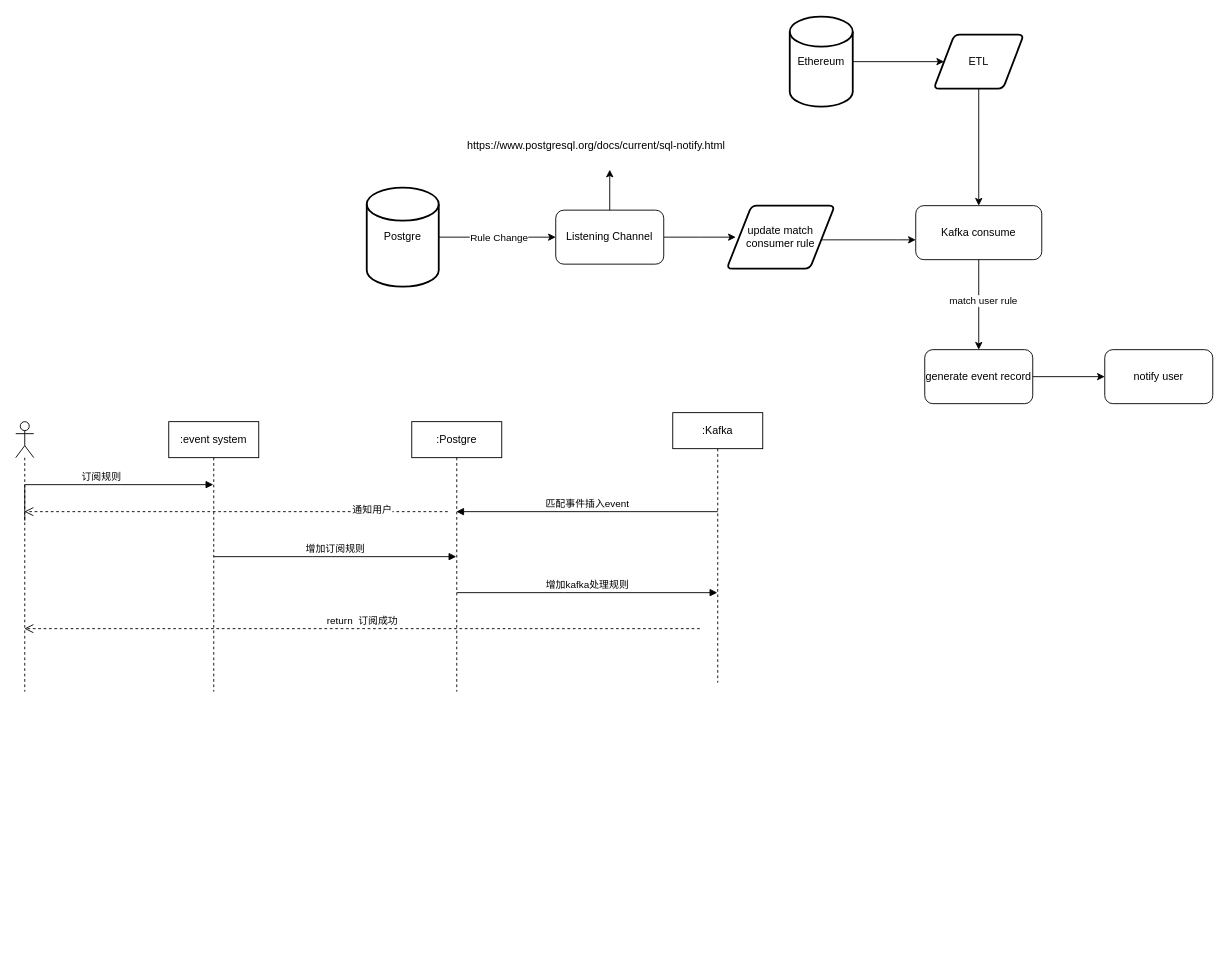
Above: event-listen.drawio in zachary-lzc/diagram (draw.io), before the change. Source tidied: cells renumbered, new cells numbered last; positions are measured from the earlier drawing's top-left corner, leaving out a move shared by most shapes. Both pictures are drawn from the tidied source at 90%, with x=0, y=0 at pixel (15, 16).
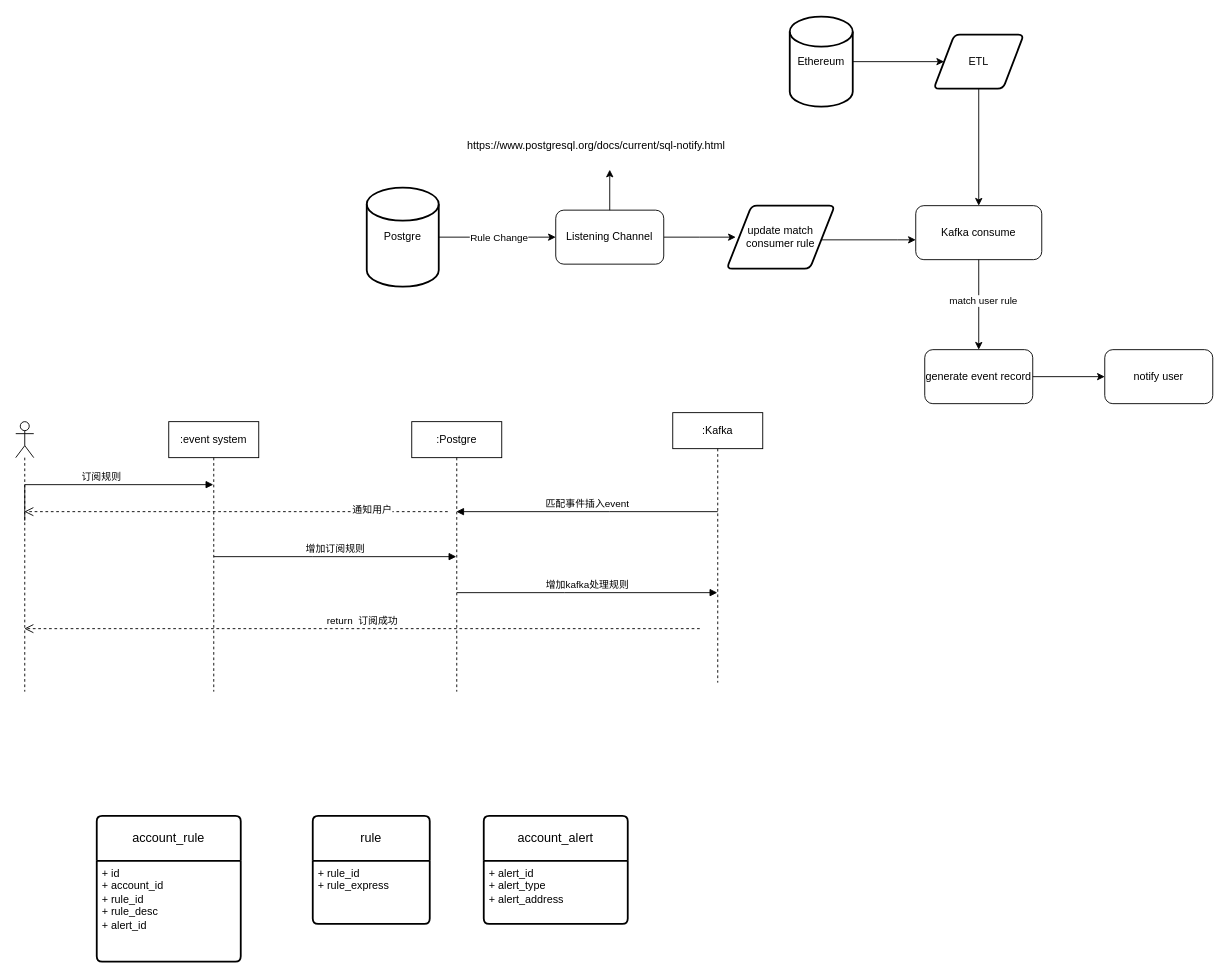
After the change.

The change refers to these unchanged cells:
```xml
<mxCell id="26" style="shape=umlLifeline;perimeter=lifelinePerimeter;whiteSpace=wrap;html=1;outlineConnect=0;portConstraint=eastwest;newEdgeStyle={&quot;edgeStyle&quot;:&quot;elbowEdgeStyle&quot;,&quot;elbow&quot;:&quot;vertical&quot;,&quot;curved&quot;:0,&quot;rounded&quot;:0};participant=umlActor;" parent="1" vertex="1">
  <mxGeometry y="450" width="20" height="300" as="geometry" />
</mxCell>
```

Change to the diagram source:
```diff
@@
     <mxCell id="31" value="return&amp;nbsp; 订阅成功" style="html=1;verticalAlign=bottom;endArrow=open;dashed=1;endSize=8;edgeStyle=elbowEdgeStyle;elbow=vertical;curved=0;rounded=0;" parent="1" edge="1" target="26">
       <mxGeometry relative="1" as="geometry">
         <mxPoint x="760" y="680" as="sourcePoint" />
+        <Array as="points">
+          <mxPoint x="710" y="680" />
+          <mxPoint x="690" y="690" />
+          <mxPoint x="750" y="680" />
+        </Array>
       </mxGeometry>
     </mxCell>
@@
+    <mxCell id="35" value="rule" style="swimlane;horizontal=1;startSize=50;rounded=1;fontSize=14;fontStyle=0;strokeWidth=2;shadow=0;dashed=0;align=center;arcSize=4;whiteSpace=wrap;html=1;" parent="1" vertex="1">
+      <mxGeometry x="330" y="888" width="130" height="120" as="geometry" />
+    </mxCell>
+    <mxCell id="36" value="+ rule_id&lt;br&gt;+ rule_express" style="align=left;strokeColor=none;fillColor=none;spacingLeft=4;fontSize=12;verticalAlign=top;html=1;" parent="35" vertex="1">
+      <mxGeometry y="50" width="130" height="70" as="geometry" />
+    </mxCell>
+    <mxCell id="37" value="account_alert" style="swimlane;horizontal=1;startSize=50;rounded=1;fontSize=14;fontStyle=0;strokeWidth=2;shadow=0;dashed=0;align=center;arcSize=4;whiteSpace=wrap;html=1;" parent="1" vertex="1">
+      <mxGeometry x="520" y="888" width="160" height="120" as="geometry" />
+    </mxCell>
+    <mxCell id="38" value="+ alert_id&lt;br&gt;+ alert_type&lt;br&gt;+ alert_address" style="align=left;strokeColor=none;fillColor=none;spacingLeft=4;fontSize=12;verticalAlign=top;html=1;" parent="37" vertex="1">
+      <mxGeometry y="50" width="160" height="70" as="geometry" />
+    </mxCell>
+    <mxCell id="39" value="account_rule" style="swimlane;horizontal=1;startSize=50;rounded=1;fontSize=14;fontStyle=0;strokeWidth=2;shadow=0;dashed=0;align=center;arcSize=4;whiteSpace=wrap;html=1;" parent="1" vertex="1">
+      <mxGeometry x="90" y="888" width="160" height="162" as="geometry" />
+    </mxCell>
+    <mxCell id="40" value="+ id&lt;br&gt;+ account_id&lt;br&gt;+ rule_id&lt;br&gt;+ rule_desc&lt;br&gt;+ alert_id" style="align=left;strokeColor=none;fillColor=none;spacingLeft=4;fontSize=12;verticalAlign=top;html=1;" parent="39" vertex="1">
+      <mxGeometry y="50" width="160" height="112" as="geometry" />
+    </mxCell>
```
